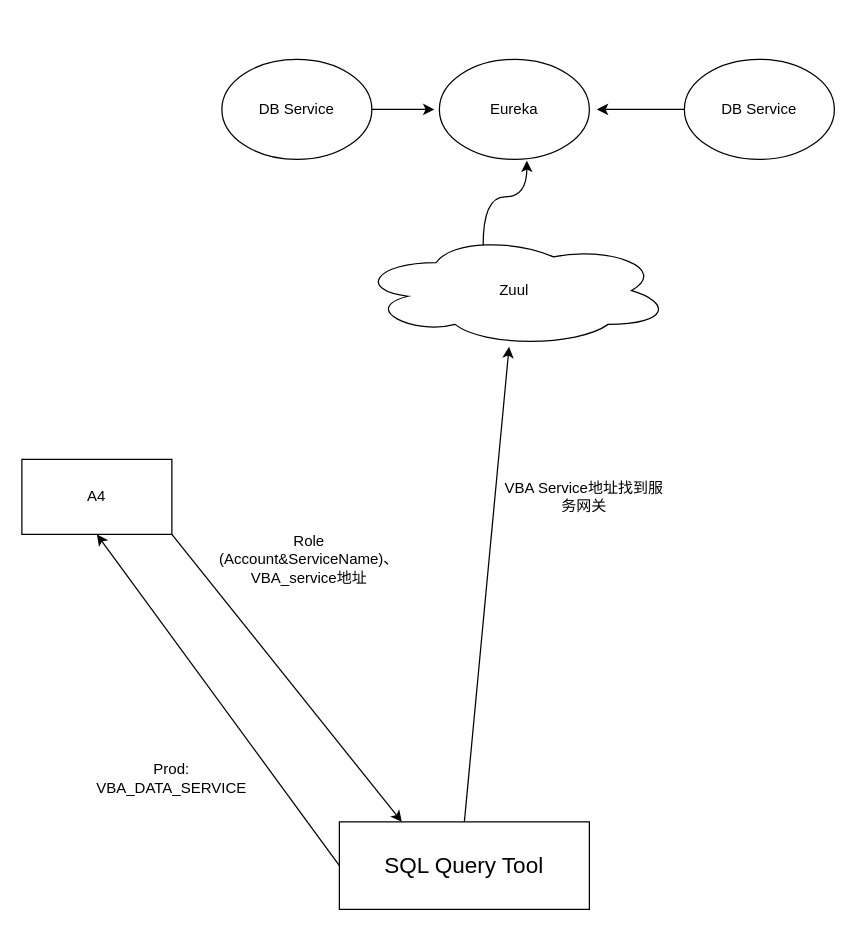
Above: Untitled Diagram.drawio in 1092682749/Myblog (draw.io), before the change. Source tidied: cells renumbered, new cells numbered last; positions are measured from the earlier drawing's top-left corner, leaving out a move shared by most shapes. Both pictures are drawn from the tidied source at 125%, with x=0, y=0 at pixel (21, 59).
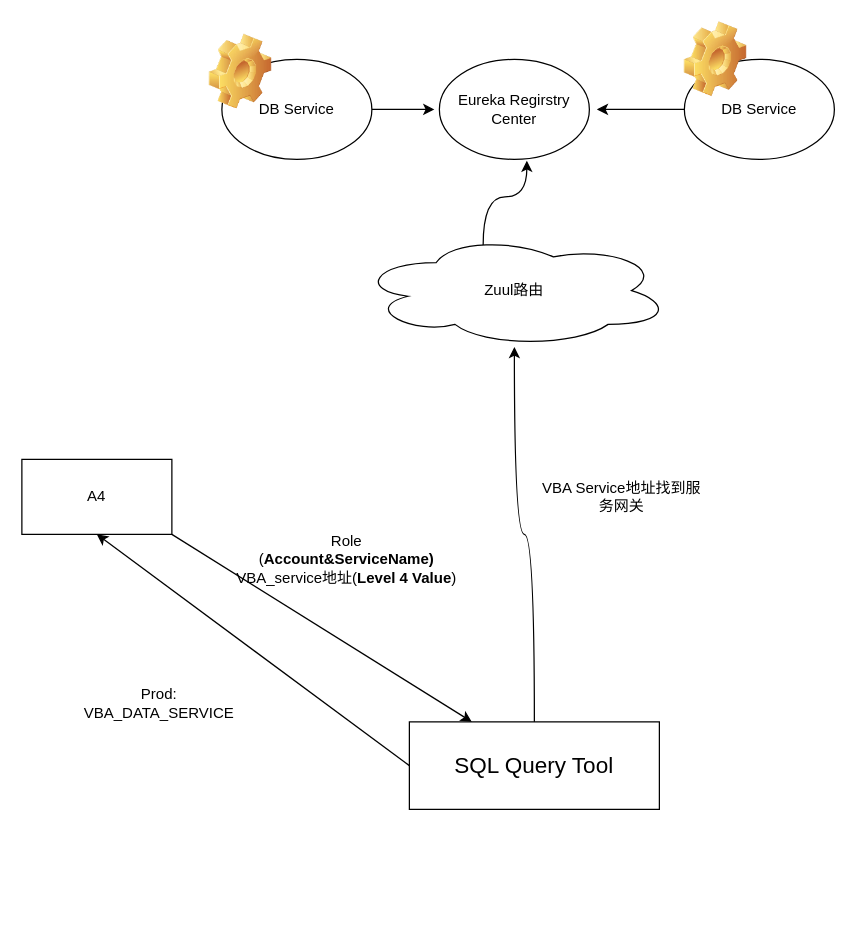
The same page after the edit.

What changed in the source:
```diff
@@
-    <mxCell id="3" value="Zuul" style="ellipse;shape=cloud;whiteSpace=wrap;html=1;" parent="1" vertex="1">
+    <mxCell id="3" value="Zuul路由" style="ellipse;shape=cloud;whiteSpace=wrap;html=1;" parent="1" vertex="1">
       <mxGeometry x="269" y="140" width="250" height="90" as="geometry" />
     </mxCell>
@@
-    <mxCell id="6" style="edgeStyle=none;rounded=0;jettySize=auto;html=1;exitX=0.5;exitY=0;exitDx=0;exitDy=0;" parent="1" edge="1" source="7" target="3">
+    <mxCell id="6" style="edgeStyle=orthogonalEdgeStyle;rounded=0;jettySize=auto;html=1;exitX=0.5;exitY=0;exitDx=0;exitDy=0;curved=1;" parent="1" edge="1" source="7" target="3">
       <mxGeometry relative="1" as="geometry" />
     </mxCell>
     <mxCell id="7" value="&lt;font style=&quot;font-size: 18px&quot;&gt;SQL Query Tool&lt;/font&gt;" style="rounded=0;whiteSpace=wrap;html=1;" parent="1" vertex="1">
-      <mxGeometry x="254" y="610" width="200" height="70" as="geometry" />
+      <mxGeometry x="310" y="530" width="200" height="70" as="geometry" />
     </mxCell>
@@
-    <mxCell id="12" value="Eureka" style="ellipse;whiteSpace=wrap;html=1;" parent="1" vertex="1">
+    <mxCell id="12" value="Eureka Regirstry Center" style="ellipse;whiteSpace=wrap;html=1;" parent="1" vertex="1">
       <mxGeometry x="334" width="120" height="80" as="geometry" />
     </mxCell>
     <mxCell id="13" value="&lt;font style=&quot;font-size: 12px&quot;&gt;Prod: VBA_DATA_SERVICE&lt;/font&gt;" style="text;html=1;strokeColor=none;fillColor=none;align=center;verticalAlign=middle;whiteSpace=wrap;rounded=0;" parent="1" vertex="1">
-      <mxGeometry x="50" y="550" width="140" height="50" as="geometry" />
+      <mxGeometry x="40" y="490" width="140" height="50" as="geometry" />
     </mxCell>
-    <mxCell id="14" value="&lt;font style=&quot;font-size: 12px&quot;&gt;Role&lt;br&gt;(Account&amp;amp;ServiceName)、&lt;br&gt;VBA_service地址&lt;br&gt;&lt;/font&gt;" style="text;html=1;strokeColor=none;fillColor=none;align=center;verticalAlign=middle;whiteSpace=wrap;rounded=0;" parent="1" vertex="1">
-      <mxGeometry x="150" y="370" width="160" height="60" as="geometry" />
+    <mxCell id="14" value="&lt;font style=&quot;font-size: 12px&quot;&gt;Role&lt;br&gt;(&lt;b&gt;Account&amp;amp;ServiceName)&lt;br&gt;&lt;/b&gt;VBA_service地址(&lt;b&gt;Level 4 Value&lt;/b&gt;)&lt;br&gt;&lt;/font&gt;" style="text;html=1;strokeColor=none;fillColor=none;align=center;verticalAlign=middle;whiteSpace=wrap;rounded=0;" parent="1" vertex="1">
+      <mxGeometry x="150" y="370" width="220" height="60" as="geometry" />
     </mxCell>
@@
     <mxCell id="16" value="VBA Service地址找到服务网关" style="text;html=1;strokeColor=none;fillColor=none;align=center;verticalAlign=middle;whiteSpace=wrap;rounded=0;" parent="1" vertex="1">
-      <mxGeometry x="380" y="330" width="140" height="40" as="geometry" />
+      <mxGeometry x="410" y="330" width="140" height="40" as="geometry" />
     </mxCell>
+    <mxCell id="17" style="shape=image;html=1;verticalLabelPosition=bottom;verticalAlign=top;imageAspect=0;image=img/clipart/Gear_128x128.png;" parent="1" vertex="1">
+      <mxGeometry x="150" y="-20" width="50" height="60" as="geometry" />
+    </mxCell>
+    <mxCell id="18" style="shape=image;html=1;verticalLabelPosition=bottom;verticalAlign=top;imageAspect=0;image=img/clipart/Gear_128x128.png;" parent="1" vertex="1">
+      <mxGeometry x="530" y="-30" width="50" height="60" as="geometry" />
+    </mxCell>
```
